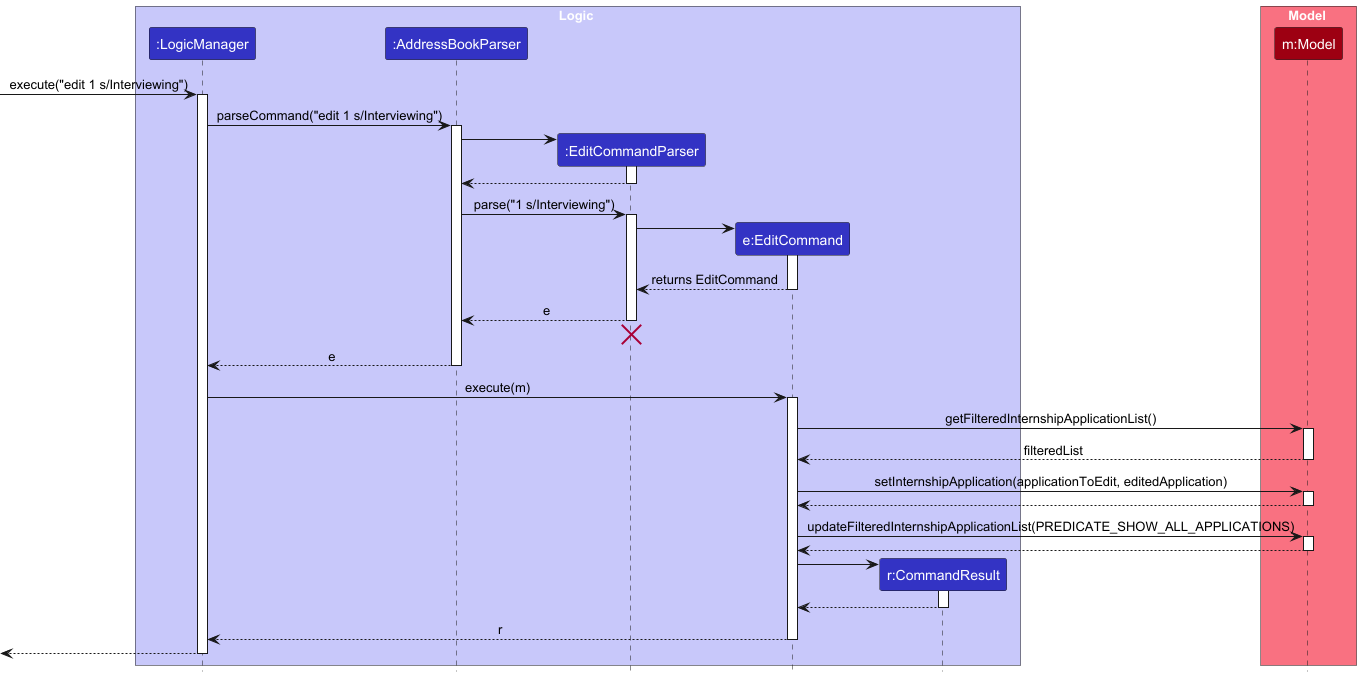
The PlantUML diagram docs/images/EditSequenceDiagram.png in BiggillyBoyMan/tp, before a commit. Source of this version:
```plantuml
@startuml
!include style.puml
skinparam ArrowFontStyle plain

box Logic LOGIC_COLOR_T1
participant ":LogicManager" as LogicManager LOGIC_COLOR
participant ":AddressBookParser" as AddressBookParser LOGIC_COLOR
participant ":EditCommandParser" as EditCommandParser LOGIC_COLOR
participant "e:EditCommand" as EditCommand LOGIC_COLOR
participant "r:CommandResult" as CommandResult LOGIC_COLOR
end box

box Model MODEL_COLOR_T1
participant "m:Model" as Model MODEL_COLOR
end box

[-> LogicManager : execute("edit 1 s/Interviewing")
activate LogicManager

LogicManager -> AddressBookParser : parseCommand("edit 1 s/Interviewing")
activate AddressBookParser

create EditCommandParser
AddressBookParser -> EditCommandParser
activate EditCommandParser

EditCommandParser --> AddressBookParser
deactivate EditCommandParser

AddressBookParser -> EditCommandParser : parse("1 s/Interviewing")
activate EditCommandParser

create EditCommand
EditCommandParser -> EditCommand
activate EditCommand

EditCommand --> EditCommandParser : returns EditCommand
deactivate EditCommand

EditCommandParser --> AddressBookParser : e
deactivate EditCommandParser
EditCommandParser -[hidden]-> AddressBookParser
destroy EditCommandParser

AddressBookParser --> LogicManager : e
deactivate AddressBookParser

LogicManager -> EditCommand : execute(m)
activate EditCommand

EditCommand -> Model : getFilteredInternshipApplicationList()
activate Model

Model --> EditCommand : filteredList
deactivate Model

EditCommand -> Model : setInternshipApplication(applicationToEdit, editedApplication)
activate Model

Model --> EditCommand
deactivate Model

EditCommand -> Model : updateFilteredInternshipApplicationList(PREDICATE_SHOW_ALL_APPLICATIONS)
activate Model

Model --> EditCommand
deactivate Model

create CommandResult
EditCommand -> CommandResult
activate CommandResult

CommandResult --> EditCommand
deactivate CommandResult

EditCommand --> LogicManager : r
deactivate EditCommand

[<--LogicManager
deactivate LogicManager
@enduml
```
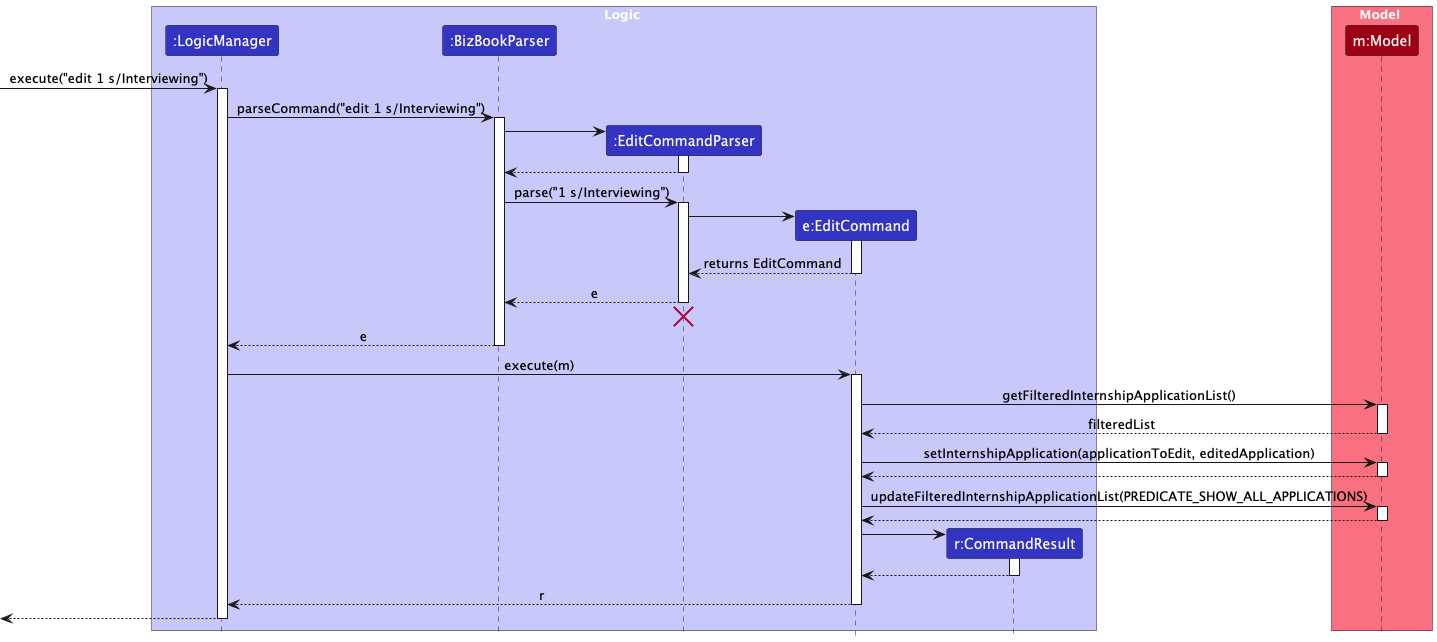
After the change.

What changed in the source:
```diff
@@ -4,7 +4,7 @@
 
 box Logic LOGIC_COLOR_T1
 participant ":LogicManager" as LogicManager LOGIC_COLOR
-participant ":AddressBookParser" as AddressBookParser LOGIC_COLOR
+participant ":BizBookParser" as BizBookParser LOGIC_COLOR
 participant ":EditCommandParser" as EditCommandParser LOGIC_COLOR
 participant "e:EditCommand" as EditCommand LOGIC_COLOR
 participant "r:CommandResult" as CommandResult LOGIC_COLOR
@@ -17,17 +17,17 @@
 [-> LogicManager : execute("edit 1 s/Interviewing")
 activate LogicManager
 
-LogicManager -> AddressBookParser : parseCommand("edit 1 s/Interviewing")
-activate AddressBookParser
+LogicManager -> BizBookParser : parseCommand("edit 1 s/Interviewing")
+activate BizBookParser
 
 create EditCommandParser
-AddressBookParser -> EditCommandParser
+BizBookParser -> EditCommandParser
 activate EditCommandParser
 
-EditCommandParser --> AddressBookParser
+EditCommandParser --> BizBookParser
 deactivate EditCommandParser
 
-AddressBookParser -> EditCommandParser : parse("1 s/Interviewing")
+BizBookParser -> EditCommandParser : parse("1 s/Interviewing")
 activate EditCommandParser
 
 create EditCommand
@@ -37,13 +37,13 @@
 EditCommand --> EditCommandParser : returns EditCommand
 deactivate EditCommand
 
-EditCommandParser --> AddressBookParser : e
+EditCommandParser --> BizBookParser : e
 deactivate EditCommandParser
-EditCommandParser -[hidden]-> AddressBookParser
+EditCommandParser -[hidden]-> BizBookParser
 destroy EditCommandParser
 
-AddressBookParser --> LogicManager : e
-deactivate AddressBookParser
+BizBookParser --> LogicManager : e
+deactivate BizBookParser
 
 LogicManager -> EditCommand : execute(m)
 activate EditCommand
```
